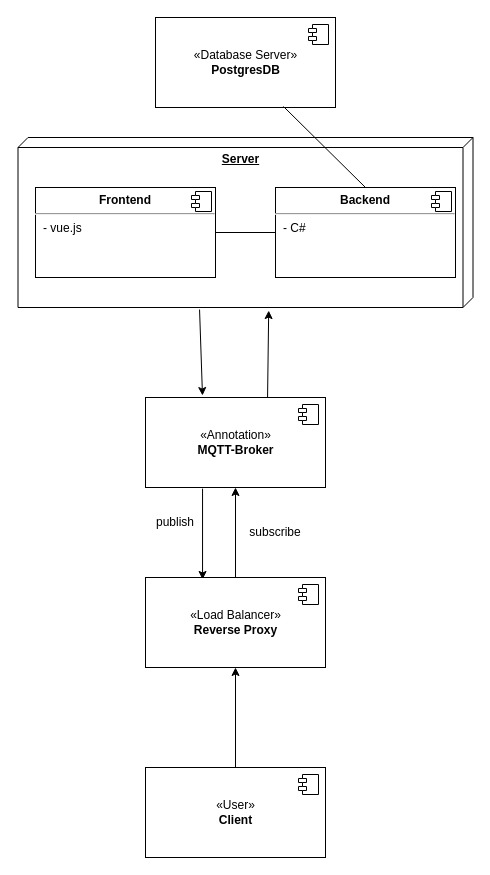
The draw.io diagram docs/architecture.drawio in jwiedenmann/tin21-sem4-todo-list, before the edit. Source tidied: cells renumbered, new cells numbered last; positions are measured from the earlier drawing's top-left corner, leaving out a move shared by most shapes. Both pictures are drawn from the tidied source at 100%, with x=0, y=0 at pixel (17, 17).
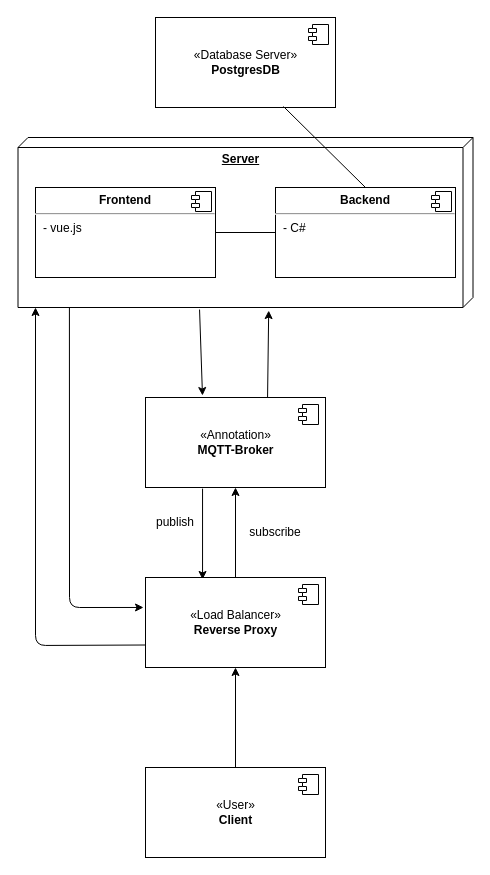
Above is the later version.

Commit message:
little siagram change

The change refers to these unchanged cells:
```xml
<mxCell id="10" value="&lt;b&gt;Server&lt;/b&gt;" style="verticalAlign=top;align=center;spacingTop=8;spacingLeft=2;spacingRight=12;shape=cube;size=10;direction=south;fontStyle=4;html=1;" parent="1" vertex="1">
  <mxGeometry x="0.5" y="120" width="455" height="170" as="geometry" />
</mxCell>
<mxCell id="22" value="«Load Balancer»&lt;br&gt;&lt;b&gt;Reverse Proxy&lt;/b&gt;" style="html=1;" parent="1" vertex="1">
  <mxGeometry x="128" y="560" width="180" height="90" as="geometry" />
</mxCell>
```

Change to the diagram source:
```diff
@@
+    <mxCell id="24" style="endArrow=classic;html=1;exitX=0;exitY=0.75;exitDx=0;exitDy=0;" parent="1" edge="1" source="22">
+      <mxGeometry relative="1" as="geometry">
+        <mxPoint x="18" y="290" as="targetPoint" />
+        <Array as="points">
+          <mxPoint x="18" y="628" />
+        </Array>
+      </mxGeometry>
+    </mxCell>
+    <mxCell id="25" style="endArrow=classic;html=1;exitX=1;exitY=0.887;exitDx=0;exitDy=0;exitPerimeter=0;entryX=-0.011;entryY=0.333;entryDx=0;entryDy=0;entryPerimeter=0;" parent="1" edge="1" source="10" target="22">
+      <mxGeometry relative="1" as="geometry">
+        <Array as="points">
+          <mxPoint x="52" y="590" />
+        </Array>
+      </mxGeometry>
+    </mxCell>
```
